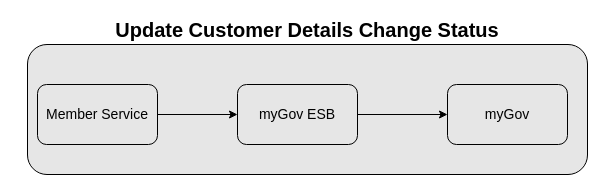
Above: page "02-ucdcs-logical" (5 of 6) of temp/tuo/mgv-tuo-ws-sis.drawio in ramchalluri/temp-repo (draw.io), before the change. Source tidied: cells renumbered, new cells numbered last; positions are measured from the earlier drawing's top-left corner, leaving out a move shared by most shapes. Both pictures are drawn from the tidied source at 100%, with x=0, y=0 at pixel (27, 44).
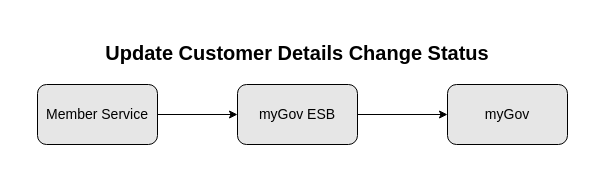
The same page after the edit.

Diff of the diagram source:
```diff
@@
-<mxGraphModel background="#ffffff">
+<mxGraphModel>
   <root>
     <mxCell id="0" />
     <mxCell id="1" parent="0" />
-    <mxCell id="2" value="Update Customer Details Change Status" style="rounded=1;whiteSpace=wrap;html=1;labelPosition=center;verticalLabelPosition=top;align=center;verticalAlign=bottom;fontSize=20;labelBackgroundColor=none;fontColor=#000000;fontStyle=1;fillColor=#E6E6E6;strokeColor=#000000;" parent="1" vertex="1">
-      <mxGeometry width="560" height="130" as="geometry" />
+    <mxCell id="2" value="&lt;span style=&quot;color: rgb(0, 0, 0); font-size: 20px; font-weight: 700;&quot;&gt;Update Customer Details Change Status&lt;/span&gt;" style="rounded=1;whiteSpace=wrap;html=1;fillColor=#FFFFFF;verticalAlign=top;arcSize=10;strokeColor=none;strokeWidth=0;" parent="1" vertex="1">
+      <mxGeometry x="-10" y="-10" width="560" height="140" as="geometry" />
     </mxCell>
     <mxCell id="3" parent="0" />
     <mxCell id="4" style="edgeStyle=none;html=1;entryX=0;entryY=0.5;entryDx=0;entryDy=0;fontSize=20;fontColor=#000000;strokeColor=#000000;" parent="3" edge="1" source="5" target="7">
       <mxGeometry relative="1" as="geometry" />
     </mxCell>
     <mxCell id="5" value="Member Service" style="rounded=1;whiteSpace=wrap;html=1;labelBackgroundColor=none;fontSize=14;fontColor=#000000;strokeColor=#000000;fillColor=#E6E6E6;" parent="3" vertex="1">
       <mxGeometry x="10" y="40" width="120" height="60" as="geometry" />
     </mxCell>
     <mxCell id="6" style="edgeStyle=none;html=1;fontSize=20;fontColor=#000000;strokeColor=#000000;" parent="3" edge="1" source="7" target="8">
       <mxGeometry relative="1" as="geometry" />
     </mxCell>
     <mxCell id="7" value="myGov ESB" style="rounded=1;whiteSpace=wrap;html=1;labelBackgroundColor=none;fontSize=14;fontColor=#000000;strokeColor=#000000;fillColor=#E6E6E6;" parent="3" vertex="1">
       <mxGeometry x="210" y="40" width="120" height="60" as="geometry" />
     </mxCell>
     <mxCell id="8" value="myGov" style="rounded=1;whiteSpace=wrap;html=1;labelBackgroundColor=none;fontSize=14;fontColor=#000000;strokeColor=#000000;fillColor=#E6E6E6;" parent="3" vertex="1">
       <mxGeometry x="420" y="40" width="120" height="60" as="geometry" />
     </mxCell>
   </root>
 </mxGraphModel>
```
